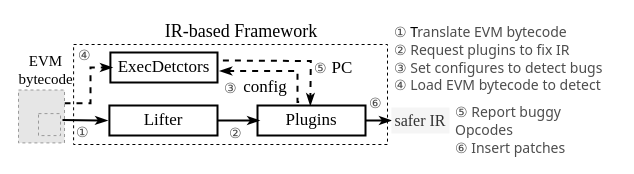
This is page "plugins" (3 of 11) of Untitled Diagram.drawio from Kenun99/drawio.repo, a draw.io file, before an edit. Source tidied: cells renumbered, new cells numbered last; positions are measured from the earlier drawing's top-left corner, leaving out a move shared by most shapes. Both pictures are drawn from the tidied source at 100%, with x=0, y=0 at pixel (17, 17). Pictures stored in the file or linked from it are replaced by grey dashed boxes.
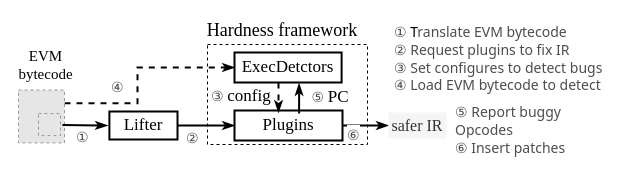
The same page after the edit.

Unchanged cells that the change refers to:
```xml
<mxCell id="7" style="fillColor=#E6E6E6;strokeColor=#999999;dashed=1;verticalLabelPosition=bottom;labelBackgroundColor=#ffffff;verticalAlign=top;fontSize=13;fontFamily=Times New Roman;" parent="1" vertex="1">
  <mxGeometry x="1" y="72.5" width="46" height="52.9" as="geometry" />
</mxCell>
```

The edit, as a diff of the source:
```diff
@@
     <mxCell id="2" style="rounded=0;whiteSpace=wrap;html=1;strokeWidth=1;dashed=1;fontSize=13;" parent="1" vertex="1">
-      <mxGeometry x="56.1" y="27" width="313.9" height="100" as="geometry" />
+      <mxGeometry x="190" y="27" width="160" height="100" as="geometry" />
     </mxCell>
-    <mxCell id="3" style="edgeStyle=orthogonalEdgeStyle;rounded=0;orthogonalLoop=1;jettySize=auto;html=1;strokeWidth=2;dashed=1;fontSize=13;endArrow=classicThin;endFill=1;" parent="1" edge="1">
-      <mxGeometry relative="1" as="geometry">
-        <mxPoint x="205.4" y="43" as="sourcePoint" />
-        <mxPoint x="292.8" y="88" as="targetPoint" />
-      </mxGeometry>
-    </mxCell>
-    <mxCell id="4" style="edgeStyle=orthogonalEdgeStyle;rounded=0;orthogonalLoop=1;jettySize=auto;html=1;exitX=1;exitY=0.75;exitDx=0;exitDy=0;entryX=0.374;entryY=0.017;entryDx=0;entryDy=0;entryPerimeter=0;fontFamily=Times New Roman;fontSize=13;strokeWidth=2;endArrow=none;endFill=0;startArrow=classicThin;startFill=1;dashed=1;" parent="1" edge="1">
-      <mxGeometry relative="1" as="geometry">
-        <mxPoint x="202.4" y="53.5" as="sourcePoint" />
-        <mxPoint x="285.2" y="84.5" as="targetPoint" />
-        <Array as="points">
-          <mxPoint x="280" y="54" />
-          <mxPoint x="280" y="84" />
-        </Array>
-      </mxGeometry>
-    </mxCell>
-    <mxCell id="5" value="ExecDetctors" style="rounded=0;whiteSpace=wrap;html=1;fontFamily=Times New Roman;fontColor=#000000;fontSize=17;strokeWidth=2;" parent="1" vertex="1">
-      <mxGeometry x="92.9" y="35" width="107.1" height="30" as="geometry" />
-    </mxCell>
-    <mxCell id="6" style="edgeStyle=orthogonalEdgeStyle;rounded=0;jettySize=auto;html=1;entryX=0;entryY=0.5;entryDx=0;entryDy=0;strokeWidth=2;dashed=1;fontSize=13;exitX=1;exitY=0.25;exitDx=0;exitDy=0;endArrow=classicThin;endFill=1;" parent="1" edge="1" source="7">
+    <mxCell id="6" style="edgeStyle=orthogonalEdgeStyle;rounded=0;jettySize=auto;html=1;entryX=0;entryY=0.5;entryDx=0;entryDy=0;strokeWidth=2;dashed=1;fontSize=13;exitX=1;exitY=0.25;exitDx=0;exitDy=0;endArrow=classicThin;endFill=1;" parent="1" edge="1" source="7" target="5">
       <mxGeometry relative="1" as="geometry">
-        <mxPoint x="94.9" y="50" as="targetPoint" />
         <Array as="points">
-          <mxPoint x="73" y="86" />
-          <mxPoint x="73" y="50" />
+          <mxPoint x="120" y="86" />
+          <mxPoint x="120" y="50" />
         </Array>
       </mxGeometry>
     </mxCell>
@@
-    <mxCell id="13" style="edgeStyle=orthogonalEdgeStyle;rounded=0;jettySize=auto;html=1;entryX=0;entryY=0.5;entryDx=0;entryDy=0;strokeWidth=2;fontSize=13;endArrow=classicThin;endFill=1;" parent="1" edge="1" source="14" target="15">
+    <mxCell id="13" style="edgeStyle=orthogonalEdgeStyle;rounded=0;jettySize=auto;html=1;exitX=1;exitY=0.5;exitDx=0;exitDy=0;entryX=0;entryY=0.5;entryDx=0;entryDy=0;fontFamily=Times New Roman;fontSize=14;startArrow=none;startFill=0;endArrow=classicThin;endFill=1;strokeWidth=2;" parent="1" edge="1" source="14" target="15">
       <mxGeometry relative="1" as="geometry" />
     </mxCell>
     <mxCell id="14" value="Plugins" style="rounded=0;whiteSpace=wrap;html=1;fontFamily=Times New Roman;fontColor=#000000;fontSize=17;strokeWidth=2;" parent="1" vertex="1">
-      <mxGeometry x="240" y="88" width="108" height="30" as="geometry" />
+      <mxGeometry x="217" y="93" width="108" height="30" as="geometry" />
     </mxCell>
     <mxCell id="15" value="safer IR" style="rounded=0;whiteSpace=wrap;html=1;fontFamily=Times New Roman;fontColor=#333333;fontSize=16;strokeWidth=2;strokeColor=none;fillColor=#f5f5f5;" parent="1" vertex="1">
-      <mxGeometry x="373.9" y="90" width="58.1" height="26" as="geometry" />
+      <mxGeometry x="370.9" y="95" width="58.1" height="26" as="geometry" />
     </mxCell>
-    <mxCell id="16" style="edgeStyle=orthogonalEdgeStyle;rounded=0;jettySize=auto;html=1;strokeWidth=2;fontSize=13;endArrow=classicThin;endFill=1;" parent="1" edge="1" source="17">
-      <mxGeometry relative="1" as="geometry">
-        <mxPoint x="242" y="103" as="targetPoint" />
-      </mxGeometry>
-    </mxCell>
+    <mxCell id="34" style="edgeStyle=orthogonalEdgeStyle;rounded=0;jettySize=auto;html=1;entryX=0;entryY=0.5;entryDx=0;entryDy=0;fontFamily=Times New Roman;fontSize=14;startArrow=none;startFill=0;endArrow=classicThin;endFill=1;strokeWidth=2;" parent="1" edge="1" source="17" target="14">
+      <mxGeometry relative="1" as="geometry" />
+    </mxCell>
     <mxCell id="17" value="Lifter" style="rounded=0;whiteSpace=wrap;html=1;fontFamily=Times New Roman;fontColor=#000000;fontSize=17;strokeWidth=2;" parent="1" vertex="1">
-      <mxGeometry x="91.9" y="88" width="108.1" height="30" as="geometry" />
+      <mxGeometry x="91.9" y="94" width="68.1" height="28" as="geometry" />
     </mxCell>
     <mxCell id="18" style="endArrow=classicThin;html=1;rounded=0;strokeWidth=2;fontSize=13;endFill=1;" parent="1" edge="1">
       <mxGeometry relative="1" as="geometry">
-        <mxPoint x="45" y="102.6" as="sourcePoint" />
-        <mxPoint x="90" y="103" as="targetPoint" />
+        <mxPoint x="45" y="107.6" as="sourcePoint" />
+        <mxPoint x="90" y="108" as="targetPoint" />
       </mxGeometry>
     </mxCell>
-    <mxCell id="19" value="&lt;font style=&quot;font-size: 18px;&quot; face=&quot;Times New Roman&quot;&gt;IR-based Framework&lt;/font&gt;" style="text;html=1;strokeColor=none;fillColor=none;align=center;verticalAlign=middle;whiteSpace=wrap;rounded=0;dashed=1;fontStyle=0;fontSize=18;" parent="1" vertex="1">
-      <mxGeometry x="136.5" y="4" width="173.9" height="20" as="geometry" />
+    <mxCell id="19" value="&lt;font style=&quot;font-size: 18px&quot; face=&quot;Times New Roman&quot;&gt;Hardness framework&lt;/font&gt;" style="text;html=1;strokeColor=none;fillColor=none;align=center;verticalAlign=middle;whiteSpace=wrap;rounded=0;dashed=1;fontStyle=0;fontSize=18;" parent="1" vertex="1">
+      <mxGeometry x="178" y="3" width="173.9" height="20" as="geometry" />
     </mxCell>
     <mxCell id="20" value="&lt;font style=&quot;font-size: 15px;&quot; face=&quot;Times New Roman&quot;&gt;EVM&lt;br style=&quot;font-size: 15px;&quot;&gt;bytecode&lt;/font&gt;" style="text;html=1;strokeColor=none;fillColor=none;align=center;verticalAlign=middle;whiteSpace=wrap;rounded=0;dashed=1;fontStyle=0;fontSize=15;" parent="1" vertex="1">
-      <mxGeometry y="35" width="57.1" height="34" as="geometry" />
+      <mxGeometry y="30" width="57.1" height="34" as="geometry" />
     </mxCell>
-    <mxCell id="21" value="PC" style="text;html=1;strokeColor=none;fillColor=none;align=center;verticalAlign=middle;whiteSpace=wrap;rounded=0;dashed=1;fontFamily=Times New Roman;fontSize=17;" parent="1" vertex="1">
-      <mxGeometry x="295.4" y="36" width="60" height="30" as="geometry" />
+    <mxCell id="21" value="&lt;span style=&quot;color: rgb(77 , 77 , 77) ; font-family: &amp;#34;tahoma&amp;#34; ; font-size: 14px ; text-align: left ; background-color: rgb(255 , 255 , 255)&quot;&gt;⑤&amp;nbsp;&lt;/span&gt;PC" style="text;html=1;strokeColor=none;fillColor=none;align=center;verticalAlign=middle;whiteSpace=wrap;rounded=0;dashed=1;fontFamily=Times New Roman;fontSize=17;" parent="1" vertex="1">
+      <mxGeometry x="283.4" y="65" width="60" height="30" as="geometry" />
     </mxCell>
-    <mxCell id="22" value="config" style="text;html=1;strokeColor=none;fillColor=none;align=center;verticalAlign=middle;whiteSpace=wrap;rounded=0;dashed=1;fontFamily=Times New Roman;fontSize=17;" parent="1" vertex="1">
-      <mxGeometry x="218" y="55" width="60" height="29" as="geometry" />
-    </mxCell>
     <mxCell id="23" value="&lt;span style=&quot;color: rgb(77, 77, 77); font-family: tahoma; font-size: 14px; font-style: normal; font-weight: 400; letter-spacing: normal; text-align: left; text-indent: 0px; text-transform: none; word-spacing: 0px; background-color: rgb(255, 255, 255); display: inline; float: none;&quot;&gt;①&lt;/span&gt;" style="text;whiteSpace=wrap;html=1;fontSize=14;fontFamily=Times New Roman;" parent="1" vertex="1">
-      <mxGeometry x="57.1" y="100" width="20" height="19" as="geometry" />
+      <mxGeometry x="57.1" y="105" width="20" height="19" as="geometry" />
     </mxCell>
     <mxCell id="24" value="&lt;span style=&quot;color: rgb(77, 77, 77); font-family: tahoma; font-size: 14px; font-style: normal; font-weight: 400; letter-spacing: normal; text-align: left; text-indent: 0px; text-transform: none; word-spacing: 0px; background-color: rgb(255, 255, 255); display: inline; float: none;&quot;&gt;②&lt;/span&gt;" style="text;whiteSpace=wrap;html=1;fontSize=14;fontFamily=Times New Roman;" parent="1" vertex="1">
-      <mxGeometry x="210" y="101" width="20" height="19" as="geometry" />
+      <mxGeometry x="167" y="106" width="20" height="19" as="geometry" />
     </mxCell>
-    <mxCell id="25" value="&lt;span style=&quot;color: rgb(77, 77, 77); font-family: tahoma; font-size: 14px; font-style: normal; font-weight: 400; letter-spacing: normal; text-align: left; text-indent: 0px; text-transform: none; word-spacing: 0px; background-color: rgb(255, 255, 255); display: inline; float: none;&quot;&gt;③&lt;/span&gt;" style="text;whiteSpace=wrap;html=1;fontSize=14;fontFamily=Times New Roman;" parent="1" vertex="1">
-      <mxGeometry x="205" y="56" width="20" height="30" as="geometry" />
+    <mxCell id="25" value="&lt;span style=&quot;color: rgb(77 , 77 , 77) ; font-family: &amp;#34;tahoma&amp;#34; ; font-size: 14px ; font-style: normal ; font-weight: 400 ; letter-spacing: normal ; text-align: left ; text-indent: 0px ; text-transform: none ; word-spacing: 0px ; background-color: rgb(255 , 255 , 255) ; display: inline ; float: none&quot;&gt;③&amp;nbsp;&lt;/span&gt;&lt;span style=&quot;font-size: 17px ; text-align: center&quot;&gt;config&lt;/span&gt;" style="text;whiteSpace=wrap;html=1;fontSize=14;fontFamily=Times New Roman;" parent="1" vertex="1">
+      <mxGeometry x="192" y="62" width="20" height="30" as="geometry" />
     </mxCell>
     <mxCell id="26" value="&lt;span style=&quot;color: rgb(77, 77, 77); font-family: tahoma; font-size: 14px; font-style: normal; font-weight: 400; letter-spacing: normal; text-align: left; text-indent: 0px; text-transform: none; word-spacing: 0px; background-color: rgb(255, 255, 255); display: inline; float: none;&quot;&gt;④&lt;/span&gt;" style="text;whiteSpace=wrap;html=1;fontSize=14;fontFamily=Times New Roman;" parent="1" vertex="1">
-      <mxGeometry x="59.1" y="23" width="20" height="30" as="geometry" />
+      <mxGeometry x="91.9" y="55" width="20" height="30" as="geometry" />
     </mxCell>
     <mxCell id="27" value="&lt;span style=&quot;color: rgb(77, 77, 77); font-family: tahoma; font-size: 14px; font-style: normal; font-weight: 400; letter-spacing: normal; text-align: left; text-indent: 0px; text-transform: none; word-spacing: 0px; background-color: rgb(255, 255, 255); display: inline; float: none;&quot;&gt;⑥&lt;/span&gt;" style="text;whiteSpace=wrap;html=1;fontSize=14;fontFamily=Times New Roman;" parent="1" vertex="1">
-      <mxGeometry x="350" y="71" width="20" height="30" as="geometry" />
+      <mxGeometry x="327.9" y="103" width="20" height="16" as="geometry" />
     </mxCell>
-    <mxCell id="28" value="&lt;span style=&quot;color: rgb(77, 77, 77); font-family: tahoma; font-size: 14px; font-style: normal; font-weight: 400; letter-spacing: normal; text-align: left; text-indent: 0px; text-transform: none; word-spacing: 0px; background-color: rgb(255, 255, 255); display: inline; float: none;&quot;&gt;⑤&lt;/span&gt;" style="text;whiteSpace=wrap;html=1;fontSize=14;fontFamily=Times New Roman;" parent="1" vertex="1">
-      <mxGeometry x="295.4" y="36" width="20" height="30" as="geometry" />
-    </mxCell>
@@
+    <mxCell id="5" value="ExecDetctors" style="rounded=0;whiteSpace=wrap;html=1;fontFamily=Times New Roman;fontColor=#000000;fontSize=17;strokeWidth=2;" parent="1" vertex="1">
+      <mxGeometry x="217" y="35" width="107.1" height="30" as="geometry" />
+    </mxCell>
+    <mxCell id="35" style="endArrow=classicThin;html=1;rounded=0;strokeWidth=2;fontSize=13;endFill=1;" parent="1" edge="1">
+      <mxGeometry relative="1" as="geometry">
+        <mxPoint x="281.6" y="96" as="sourcePoint" />
+        <mxPoint x="281.6" y="66" as="targetPoint" />
+      </mxGeometry>
+    </mxCell>
+    <mxCell id="36" style="endArrow=classicThin;html=1;rounded=0;strokeWidth=2;fontSize=13;endFill=1;dashed=1;" parent="1" edge="1">
+      <mxGeometry relative="1" as="geometry">
+        <mxPoint x="261" y="65" as="sourcePoint" />
+        <mxPoint x="261" y="95" as="targetPoint" />
+      </mxGeometry>
+    </mxCell>
```
